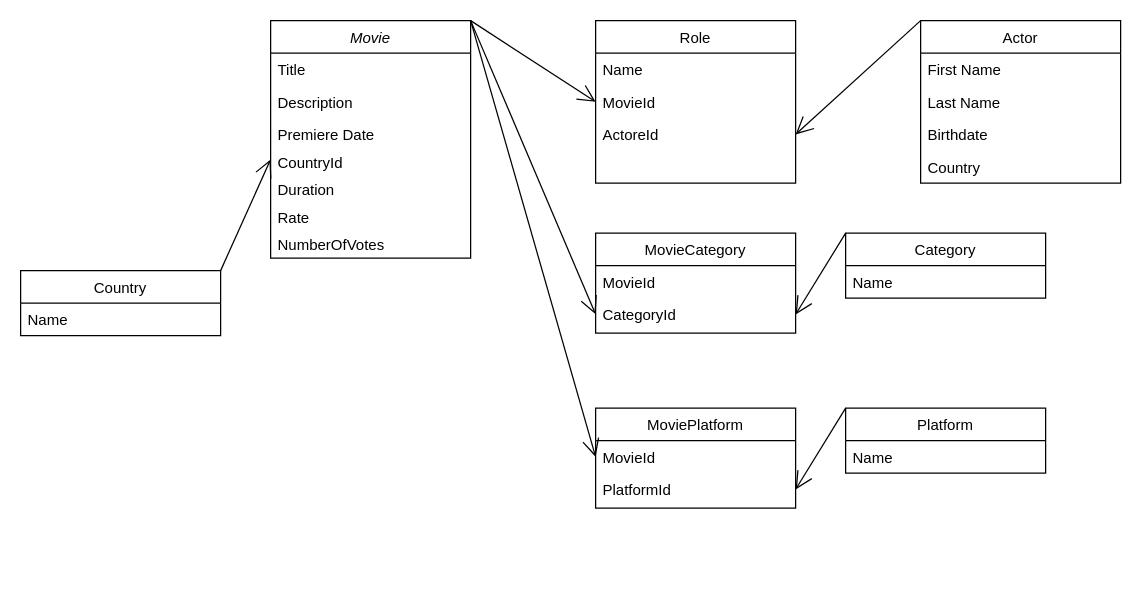
Earlier version of the draw.io diagram api_workshops_diagram.drawio (synion/rbs_tests). Source tidied: cells renumbered, new cells numbered last; positions are measured from the earlier drawing's top-left corner, leaving out a move shared by most shapes. Both pictures are drawn from the tidied source at 125%, with x=0, y=0 at pixel (20, 20).
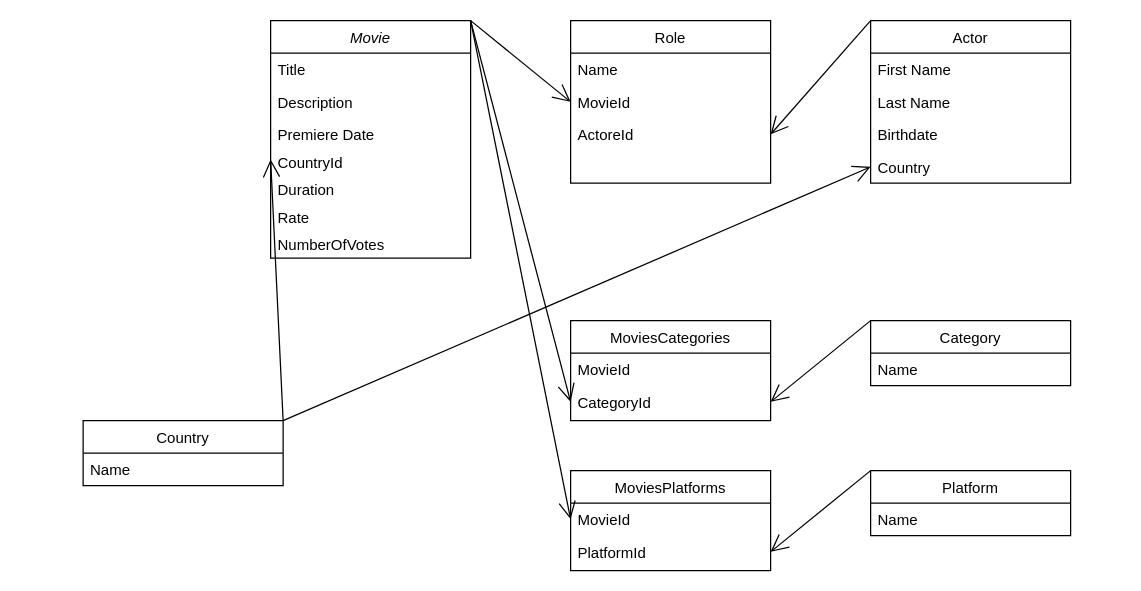
Above is the later version.

The change refers to these unchanged cells:
```xml
<mxCell id="17" value="Country" style="text;align=left;verticalAlign=top;spacingLeft=4;spacingRight=4;overflow=hidden;points=[[0,0.5],[1,0.5]];portConstraint=eastwest;rounded=0;shadow=0;html=0;" parent="13" vertex="1">
  <mxGeometry y="104" width="160" height="26" as="geometry" />
</mxCell>
```

What changed in the source:
```diff
@@
-    <mxCell id="10" value="MovieCategory" style="swimlane;fontStyle=0;align=center;verticalAlign=top;horizontal=1;startSize=26;rounded=0;shadow=0;strokeWidth=1;" parent="1" vertex="1">
-      <mxGeometry x="460" y="170" width="160" height="80" as="geometry" />
+    <mxCell id="10" value="MoviesCategories" style="swimlane;fontStyle=0;align=center;verticalAlign=top;horizontal=1;startSize=26;rounded=0;shadow=0;strokeWidth=1;" parent="1" vertex="1">
+      <mxGeometry x="440" y="240" width="160" height="80" as="geometry" />
     </mxCell>
@@
     <mxCell id="13" value="Actor" style="swimlane;fontStyle=0;align=center;verticalAlign=top;horizontal=1;startSize=26;rounded=0;shadow=0;strokeWidth=1;" parent="1" vertex="1">
-      <mxGeometry x="720" width="160" height="130" as="geometry" />
+      <mxGeometry x="680" width="160" height="130" as="geometry" />
     </mxCell>
@@
     <mxCell id="18" value="Role" style="swimlane;fontStyle=0;align=center;verticalAlign=top;horizontal=1;startSize=26;rounded=0;shadow=0;strokeWidth=1;" parent="1" vertex="1">
-      <mxGeometry x="460" width="160" height="130" as="geometry" />
+      <mxGeometry x="440" width="160" height="130" as="geometry" />
     </mxCell>
@@
     <mxCell id="25" value="Category" style="swimlane;fontStyle=0;align=center;verticalAlign=top;horizontal=1;startSize=26;rounded=0;shadow=0;strokeWidth=1;" parent="1" vertex="1">
-      <mxGeometry x="660" y="170" width="160" height="52" as="geometry" />
+      <mxGeometry x="680" y="240" width="160" height="52" as="geometry" />
     </mxCell>
@@
     <mxCell id="28" value="Platform" style="swimlane;fontStyle=0;align=center;verticalAlign=top;horizontal=1;startSize=26;rounded=0;shadow=0;strokeWidth=1;" parent="1" vertex="1">
-      <mxGeometry x="660" y="310" width="160" height="52" as="geometry" />
+      <mxGeometry x="680" y="360" width="160" height="52" as="geometry" />
     </mxCell>
@@
-    <mxCell id="30" value="MoviePlatform" style="swimlane;fontStyle=0;align=center;verticalAlign=top;horizontal=1;startSize=26;rounded=0;shadow=0;strokeWidth=1;" parent="1" vertex="1">
-      <mxGeometry x="460" y="310" width="160" height="80" as="geometry" />
+    <mxCell id="30" value="MoviesPlatforms" style="swimlane;fontStyle=0;align=center;verticalAlign=top;horizontal=1;startSize=26;rounded=0;shadow=0;strokeWidth=1;" parent="1" vertex="1">
+      <mxGeometry x="440" y="360" width="160" height="80" as="geometry" />
     </mxCell>
@@
     <mxCell id="35" value="Country" style="swimlane;fontStyle=0;align=center;verticalAlign=top;horizontal=1;startSize=26;rounded=0;shadow=0;strokeWidth=1;" parent="1" vertex="1">
-      <mxGeometry y="200" width="160" height="52" as="geometry" />
+      <mxGeometry x="50" y="320" width="160" height="52" as="geometry" />
     </mxCell>
@@
+    <mxCell id="38" style="endArrow=open;endFill=1;endSize=12;html=1;rounded=0;entryX=0;entryY=0.5;entryDx=0;entryDy=0;exitX=1;exitY=0;exitDx=0;exitDy=0;" parent="1" edge="1" source="35" target="17">
+      <mxGeometry relative="1" as="geometry" />
+    </mxCell>
```
